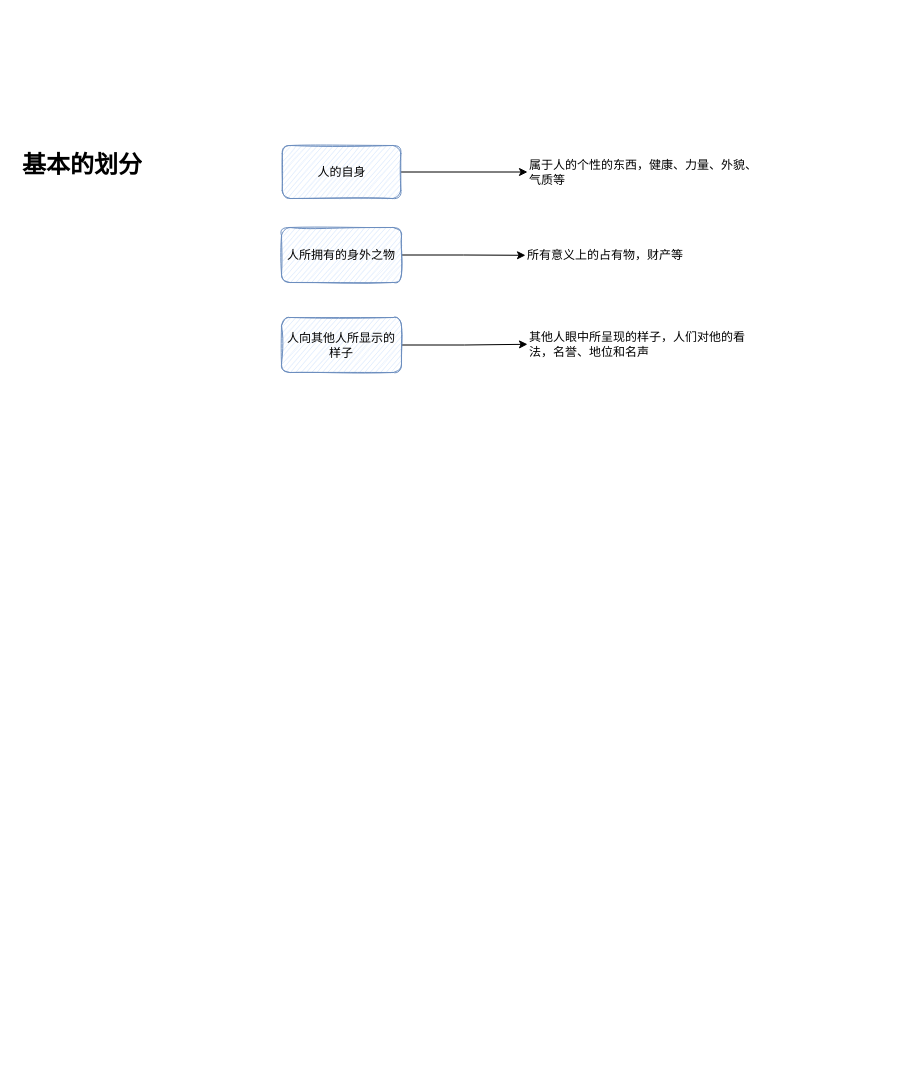
This is renshengdezhihui/ren_sheng_de_zhi_hui.drawio from kirito1015/books.read, a draw.io file, before an edit. Source tidied: cells renumbered, new cells numbered last; positions are measured from the earlier drawing's top-left corner, leaving out a move shared by most shapes. Both pictures are drawn from the tidied source at 100%, with x=0, y=0 at pixel (17, 145).
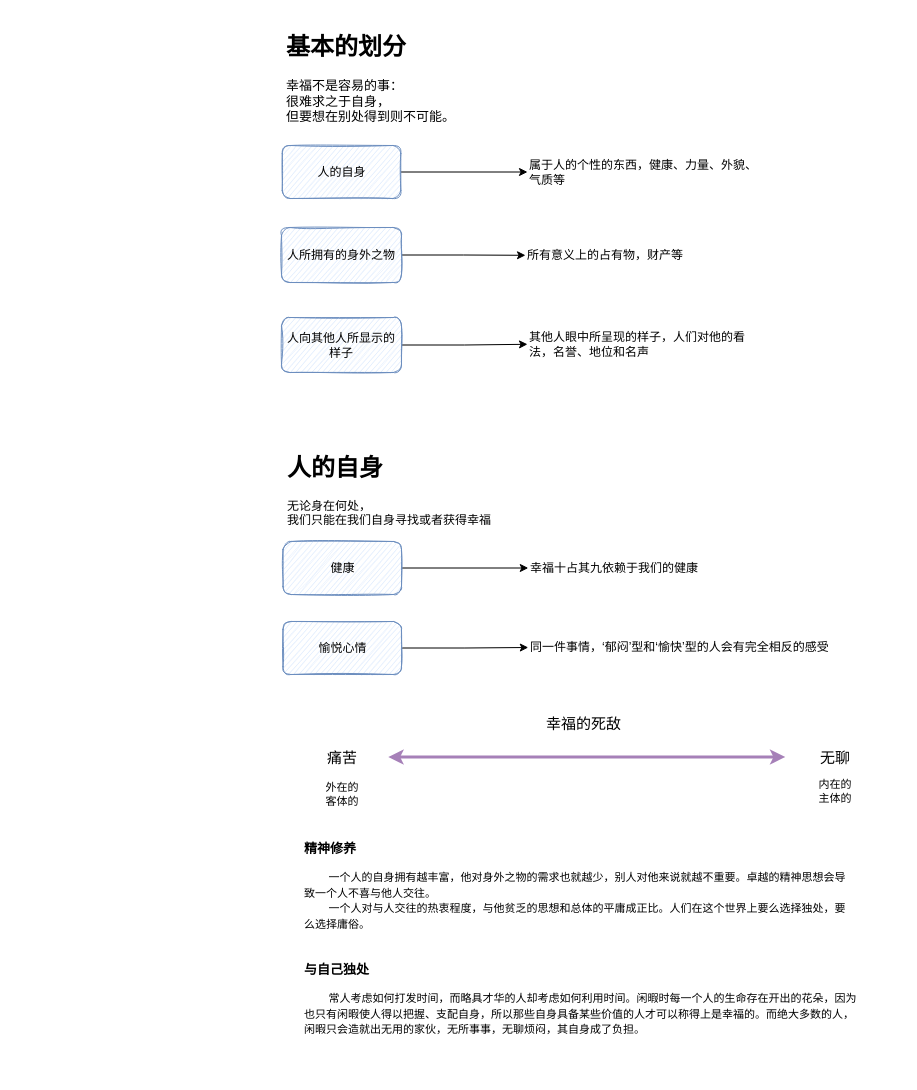
Above is the later version.

Change to the diagram source:
```diff
@@
-    <mxCell id="2" value="&lt;h1&gt;基本的划分&lt;/h1&gt;&lt;div&gt;&lt;br&gt;&lt;/div&gt;" style="text;html=1;strokeColor=none;fillColor=none;spacing=5;spacingTop=-20;whiteSpace=wrap;overflow=hidden;rounded=0;" parent="1" vertex="1">
-      <mxGeometry width="190" height="120" as="geometry" />
+    <mxCell id="2" value="&lt;h1&gt;基本的划分&lt;/h1&gt;&lt;div style=&quot;font-size: 13px&quot;&gt;&lt;font style=&quot;font-size: 13px&quot;&gt;幸福不是容易的事：&lt;/font&gt;&lt;/div&gt;&lt;div style=&quot;font-size: 13px&quot;&gt;&lt;font style=&quot;font-size: 13px&quot;&gt;很难求之于自身，&lt;/font&gt;&lt;/div&gt;&lt;div style=&quot;font-size: 13px&quot;&gt;&lt;font style=&quot;font-size: 13px&quot;&gt;但要想在别处得到则不可能。&lt;/font&gt;&lt;/div&gt;" style="text;html=1;strokeColor=none;fillColor=none;spacing=5;spacingTop=-20;whiteSpace=wrap;overflow=hidden;rounded=0;" parent="1" vertex="1">
+      <mxGeometry x="264" y="-118" width="243" height="99" as="geometry" />
     </mxCell>
@@
+    <mxCell id="12" value="&lt;h1&gt;人的自身&lt;/h1&gt;&lt;div&gt;无论身在何处，&lt;/div&gt;&lt;div&gt;我们只能在我们自身寻找或者获得幸福&lt;/div&gt;" style="text;html=1;strokeColor=none;fillColor=none;spacing=5;spacingTop=-20;whiteSpace=wrap;overflow=hidden;rounded=0;" parent="1" vertex="1">
+      <mxGeometry x="264.8" y="303" width="344.2" height="100" as="geometry" />
+    </mxCell>
+    <mxCell id="13" style="edgeStyle=orthogonalEdgeStyle;rounded=0;jettySize=auto;html=1;" parent="1" edge="1" source="14" target="15">
+      <mxGeometry relative="1" as="geometry" />
+    </mxCell>
+    <mxCell id="14" value="健康" style="rounded=1;whiteSpace=wrap;html=1;shadow=0;sketch=1;fillColor=#dae8fc;strokeColor=#6c8ebf;" parent="1" vertex="1">
+      <mxGeometry x="265.5" y="396" width="118.5" height="53" as="geometry" />
+    </mxCell>
+    <mxCell id="15" value="幸福十占其九依赖于我们的健康" style="rounded=1;whiteSpace=wrap;html=1;shadow=0;sketch=0;fillColor=none;strokeColor=none;align=left;" parent="1" vertex="1">
+      <mxGeometry x="510.8" y="396" width="231" height="53" as="geometry" />
+    </mxCell>
+    <mxCell id="16" style="edgeStyle=orthogonalEdgeStyle;rounded=0;jettySize=auto;html=1;" parent="1" edge="1" source="17" target="18">
+      <mxGeometry relative="1" as="geometry" />
+    </mxCell>
+    <mxCell id="17" value="愉悦心情" style="rounded=1;whiteSpace=wrap;html=1;shadow=0;sketch=1;fillColor=#dae8fc;strokeColor=#6c8ebf;" parent="1" vertex="1">
+      <mxGeometry x="265.5" y="476" width="118.5" height="53" as="geometry" />
+    </mxCell>
+    <mxCell id="18" value="同一件事情，‘郁闷’型和‘愉快’型的人会有完全相反的感受" style="rounded=1;whiteSpace=wrap;html=1;shadow=0;sketch=0;fillColor=none;strokeColor=none;align=left;" parent="1" vertex="1">
+      <mxGeometry x="510.8" y="476" width="371" height="52" as="geometry" />
+    </mxCell>
+    <mxCell id="19" value="幸福的死敌" style="rounded=1;whiteSpace=wrap;html=1;shadow=0;sketch=1;fillColor=none;strokeColor=none;fontSize=15;" parent="1" vertex="1">
+      <mxGeometry x="507" y="551" width="118.5" height="53" as="geometry" />
+    </mxCell>
+    <mxCell id="20" style="endArrow=classic;startArrow=classic;html=1;rounded=0;fontSize=16;strokeWidth=3;strokeColor=#A680B8;" parent="1" edge="1">
+      <mxGeometry relative="1" as="geometry">
+        <mxPoint x="370.8" y="611.5" as="sourcePoint" />
+        <mxPoint x="767.8" y="611.5" as="targetPoint" />
+      </mxGeometry>
+    </mxCell>
+    <mxCell id="21" value="痛苦" style="rounded=1;whiteSpace=wrap;html=1;shadow=0;sketch=1;fillColor=none;strokeColor=none;fontSize=15;" parent="1" vertex="1">
+      <mxGeometry x="282" y="584" width="85.5" height="56" as="geometry" />
+    </mxCell>
+    <mxCell id="22" value="无聊" style="rounded=1;whiteSpace=wrap;html=1;shadow=0;sketch=1;fillColor=none;strokeColor=none;fontSize=15;" parent="1" vertex="1">
+      <mxGeometry x="774.8" y="584" width="85.5" height="56" as="geometry" />
+    </mxCell>
+    <mxCell id="23" value="外在的&lt;br style=&quot;font-size: 11px;&quot;&gt;客体的" style="rounded=1;whiteSpace=wrap;html=1;shadow=0;sketch=1;fillColor=none;strokeColor=none;fontSize=11;" parent="1" vertex="1">
+      <mxGeometry x="281.8" y="621" width="85.5" height="56" as="geometry" />
+    </mxCell>
+    <mxCell id="24" value="内在的&lt;br&gt;主体的" style="rounded=1;whiteSpace=wrap;html=1;shadow=0;sketch=1;fillColor=none;strokeColor=none;fontSize=11;" parent="1" vertex="1">
+      <mxGeometry x="774.8" y="618" width="85.5" height="56" as="geometry" />
+    </mxCell>
+    <mxCell id="25" value="&lt;h1 style=&quot;font-size: 13px&quot;&gt;精神修养&lt;/h1&gt;&lt;p style=&quot;font-size: 13px&quot;&gt;&lt;span style=&quot;font-size: 11px&quot;&gt;&amp;nbsp; &amp;nbsp; &amp;nbsp; &amp;nbsp; 一个人的自身拥有越丰富，他对身外之物的需求也就越少，别人对他来说就越不重要。卓越的精神思想会导致一个人不喜与他人交往。&lt;/span&gt;&lt;br style=&quot;font-size: 11px&quot;&gt;&lt;span style=&quot;font-size: 11px&quot;&gt;&lt;/span&gt;&lt;span style=&quot;font-size: 11px&quot;&gt;&amp;nbsp; &amp;nbsp; &amp;nbsp; &amp;nbsp; 一个人对与人交往的热衷程度，与他贫乏的思想和总体的平庸成正比。人们在这个世界上要么选择独处，要么选择庸俗。&lt;/span&gt;&lt;br&gt;&lt;/p&gt;" style="text;html=1;strokeColor=none;fillColor=none;spacing=5;spacingTop=-20;whiteSpace=wrap;overflow=hidden;rounded=0;shadow=0;sketch=0;fontSize=13;" parent="1" vertex="1">
+      <mxGeometry x="281.8" y="697" width="552" height="113" as="geometry" />
+    </mxCell>
+    <mxCell id="26" value="&lt;h1 style=&quot;font-size: 13px&quot;&gt;与自己独处&lt;/h1&gt;&lt;p style=&quot;font-size: 13px&quot;&gt;&lt;span style=&quot;font-size: 11px&quot;&gt;&amp;nbsp; &amp;nbsp; &amp;nbsp; &amp;nbsp; 常人考虑如何打发时间，而略具才华的人却考虑如何利用时间&lt;/span&gt;&lt;span style=&quot;font-size: 11px&quot;&gt;。闲暇时每一个人的生命存在开出的花朵，因为也只有闲暇使人得以把握、支配自身，所以那些自身具备某些价值的人才可以称得上是幸福的。而绝大多数的人，闲暇只会造就出无用的家伙，无所事事，无聊烦闷，其自身成了负担。&lt;/span&gt;&lt;/p&gt;" style="text;html=1;strokeColor=none;fillColor=none;spacing=5;spacingTop=-20;whiteSpace=wrap;overflow=hidden;rounded=0;shadow=0;sketch=0;fontSize=13;" parent="1" vertex="1">
+      <mxGeometry x="281.8" y="818" width="566.2" height="110" as="geometry" />
+    </mxCell>
```
